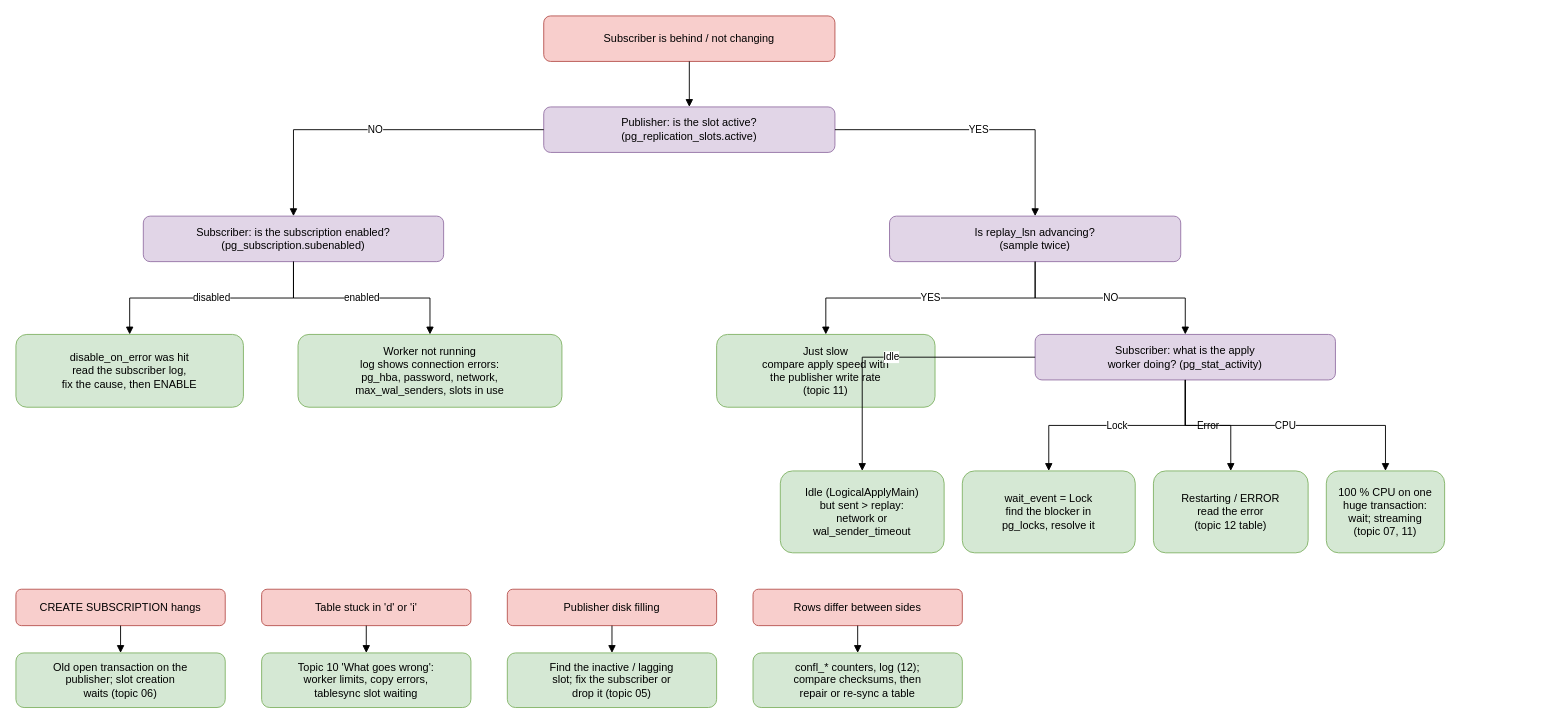
luodonghua/PostgreSQL keeps this draw.io diagram as Replication/LogicalReplication/diagrams/troubleshooting-tree.drawio. Above is the earlier version. Source tidied: cells renumbered, new cells numbered last; positions are measured from the earlier drawing's top-left corner, leaving out a move shared by most shapes. Both pictures are drawn from the tidied source at 91%, with x=0, y=0 at pixel (15, 15).
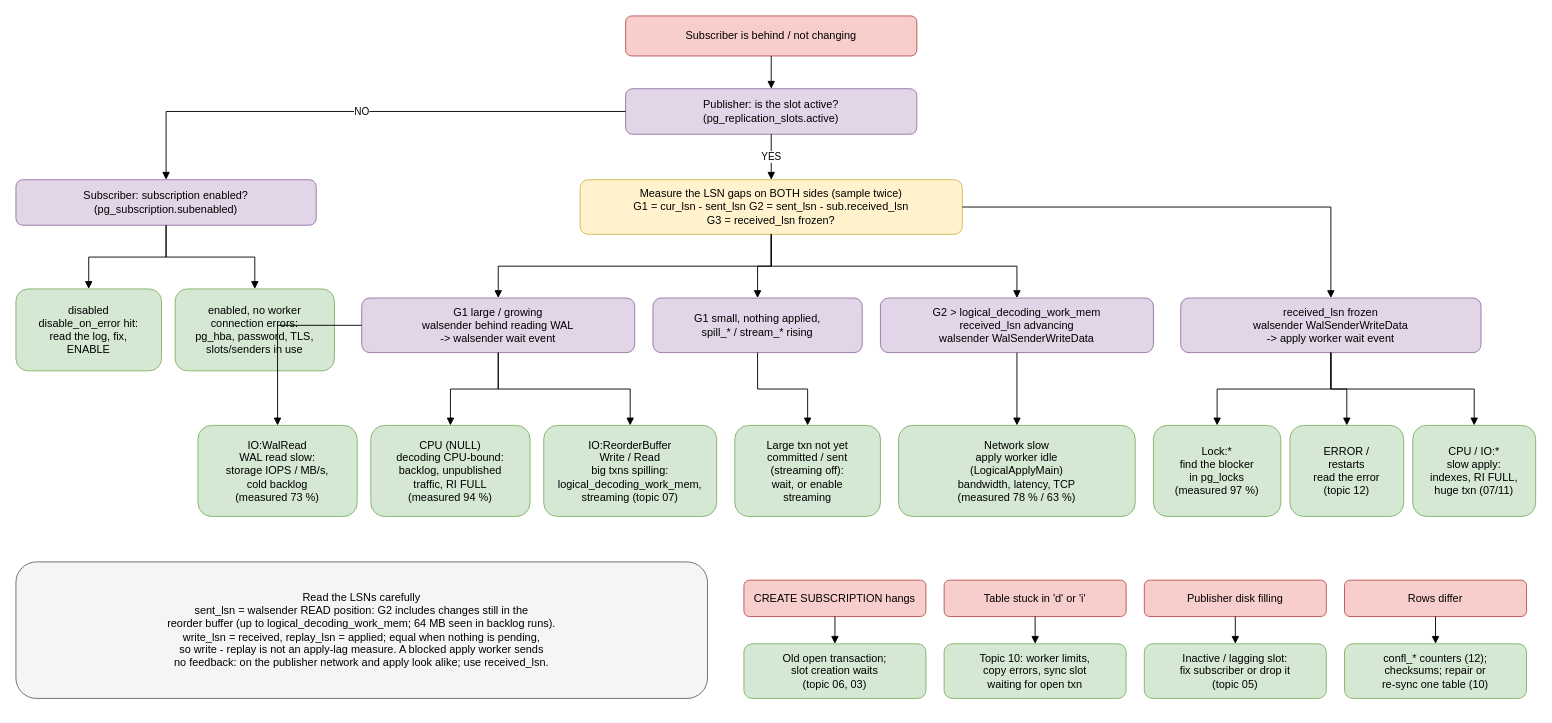
After the change.

Change to the diagram source:
```diff
@@
     <mxCell id="2" value="Subscriber is behind / not changing" style="rounded=1;whiteSpace=wrap;html=1;fillColor=#f8cecc;strokeColor=#b85450;" parent="1" vertex="1">
-      <mxGeometry x="580" width="320" height="50" as="geometry" />
+      <mxGeometry x="670" width="320" height="44" as="geometry" />
     </mxCell>
     <mxCell id="3" value="Publisher: is the slot active?&lt;br&gt;(pg_replication_slots.active)" style="rounded=1;whiteSpace=wrap;html=1;fillColor=#e1d5e7;strokeColor=#9673a6;" parent="1" vertex="1">
-      <mxGeometry x="580" y="100" width="320" height="50" as="geometry" />
+      <mxGeometry x="670" y="80" width="320" height="50" as="geometry" />
     </mxCell>
-    <mxCell id="4" value="Subscriber: is the subscription enabled?&lt;br&gt;(pg_subscription.subenabled)" style="rounded=1;whiteSpace=wrap;html=1;fillColor=#e1d5e7;strokeColor=#9673a6;" parent="1" vertex="1">
-      <mxGeometry x="140" y="220" width="330" height="50" as="geometry" />
+    <mxCell id="4" value="Subscriber: subscription enabled?&lt;br&gt;(pg_subscription.subenabled)" style="rounded=1;whiteSpace=wrap;html=1;fillColor=#e1d5e7;strokeColor=#9673a6;" parent="1" vertex="1">
+      <mxGeometry y="180" width="330" height="50" as="geometry" />
     </mxCell>
-    <mxCell id="5" value="Is replay_lsn advancing?&lt;br&gt;(sample twice)" style="rounded=1;whiteSpace=wrap;html=1;fillColor=#e1d5e7;strokeColor=#9673a6;" parent="1" vertex="1">
-      <mxGeometry x="960" y="220" width="320" height="50" as="geometry" />
-    </mxCell>
-    <mxCell id="6" value="disable_on_error was hit&lt;br&gt;read the subscriber log,&lt;br&gt;fix the cause, then ENABLE" style="rounded=1;whiteSpace=wrap;html=1;fillColor=#d5e8d4;strokeColor=#82b366;" parent="1" vertex="1">
-      <mxGeometry y="350" width="250" height="80" as="geometry" />
+    <mxCell id="6" value="disabled&lt;br&gt;disable_on_error hit:&lt;br&gt;read the log, fix,&lt;br&gt;ENABLE" style="rounded=1;whiteSpace=wrap;html=1;fillColor=#d5e8d4;strokeColor=#82b366;" parent="1" vertex="1">
+      <mxGeometry y="300" width="160" height="90" as="geometry" />
     </mxCell>
-    <mxCell id="7" value="Worker not running&lt;br&gt;log shows connection errors:&lt;br&gt;pg_hba, password, network,&lt;br&gt;max_wal_senders, slots in use" style="rounded=1;whiteSpace=wrap;html=1;fillColor=#d5e8d4;strokeColor=#82b366;" parent="1" vertex="1">
-      <mxGeometry x="310" y="350" width="290" height="80" as="geometry" />
+    <mxCell id="7" value="enabled, no worker&lt;br&gt;connection errors:&lt;br&gt;pg_hba, password, TLS,&lt;br&gt;slots/senders in use" style="rounded=1;whiteSpace=wrap;html=1;fillColor=#d5e8d4;strokeColor=#82b366;" parent="1" vertex="1">
+      <mxGeometry x="175" y="300" width="175" height="90" as="geometry" />
     </mxCell>
-    <mxCell id="8" value="Just slow&lt;br&gt;compare apply speed with&lt;br&gt;the publisher write rate&lt;br&gt;(topic 11)" style="rounded=1;whiteSpace=wrap;html=1;fillColor=#d5e8d4;strokeColor=#82b366;" parent="1" vertex="1">
-      <mxGeometry x="770" y="350" width="240" height="80" as="geometry" />
-    </mxCell>
-    <mxCell id="9" value="Subscriber: what is the apply&lt;br&gt;worker doing? (pg_stat_activity)" style="rounded=1;whiteSpace=wrap;html=1;fillColor=#e1d5e7;strokeColor=#9673a6;" parent="1" vertex="1">
-      <mxGeometry x="1120" y="350" width="330" height="50" as="geometry" />
-    </mxCell>
-    <mxCell id="10" value="Idle (LogicalApplyMain)&lt;br&gt;but sent &gt; replay:&lt;br&gt;network or&lt;br&gt;wal_sender_timeout" style="rounded=1;whiteSpace=wrap;html=1;fillColor=#d5e8d4;strokeColor=#82b366;" parent="1" vertex="1">
-      <mxGeometry x="840" y="500" width="180" height="90" as="geometry" />
-    </mxCell>
+    <mxCell id="37" value="Measure the LSN gaps on BOTH sides (sample twice)&lt;br&gt;G1 = cur_lsn - sent_lsn   G2 = sent_lsn - sub.received_lsn&lt;br&gt;G3 = received_lsn frozen?" style="rounded=1;whiteSpace=wrap;html=1;fillColor=#fff2cc;strokeColor=#d6b656;" parent="1" vertex="1">
+      <mxGeometry x="620" y="180" width="420" height="60" as="geometry" />
+    </mxCell>
+    <mxCell id="38" value="G1 large / growing&lt;br&gt;walsender behind reading WAL&lt;br&gt;-&gt; walsender wait event" style="rounded=1;whiteSpace=wrap;html=1;fillColor=#e1d5e7;strokeColor=#9673a6;" parent="1" vertex="1">
+      <mxGeometry x="380" y="310" width="300" height="60" as="geometry" />
+    </mxCell>
+    <mxCell id="39" value="G1 small, nothing applied,&lt;br&gt;spill_* / stream_* rising" style="rounded=1;whiteSpace=wrap;html=1;fillColor=#e1d5e7;strokeColor=#9673a6;" parent="1" vertex="1">
+      <mxGeometry x="700" y="310" width="230" height="60" as="geometry" />
+    </mxCell>
+    <mxCell id="40" value="G2 &gt; logical_decoding_work_mem&lt;br&gt;received_lsn advancing&lt;br&gt;walsender WalSenderWriteData" style="rounded=1;whiteSpace=wrap;html=1;fillColor=#e1d5e7;strokeColor=#9673a6;" parent="1" vertex="1">
+      <mxGeometry x="950" y="310" width="300" height="60" as="geometry" />
+    </mxCell>
+    <mxCell id="41" value="received_lsn frozen&lt;br&gt;walsender WalSenderWriteData&lt;br&gt;-&gt; apply worker wait event" style="rounded=1;whiteSpace=wrap;html=1;fillColor=#e1d5e7;strokeColor=#9673a6;" parent="1" vertex="1">
+      <mxGeometry x="1280" y="310" width="330" height="60" as="geometry" />
+    </mxCell>
+    <mxCell id="42" value="IO:WalRead&lt;br&gt;WAL read slow:&lt;br&gt;storage IOPS / MB/s,&lt;br&gt;cold backlog&lt;br&gt;(measured 73 %)" style="rounded=1;whiteSpace=wrap;html=1;fillColor=#d5e8d4;strokeColor=#82b366;" parent="1" vertex="1">
+      <mxGeometry x="200" y="450" width="175" height="100" as="geometry" />
+    </mxCell>
+    <mxCell id="43" value="CPU (NULL)&lt;br&gt;decoding CPU-bound:&lt;br&gt;backlog, unpublished&lt;br&gt;traffic, RI FULL&lt;br&gt;(measured 94 %)" style="rounded=1;whiteSpace=wrap;html=1;fillColor=#d5e8d4;strokeColor=#82b366;" parent="1" vertex="1">
+      <mxGeometry x="390" y="450" width="175" height="100" as="geometry" />
+    </mxCell>
+    <mxCell id="44" value="IO:ReorderBuffer&lt;br&gt;Write / Read&lt;br&gt;big txns spilling:&lt;br&gt;logical_decoding_work_mem,&lt;br&gt;streaming (topic 07)" style="rounded=1;whiteSpace=wrap;html=1;fillColor=#d5e8d4;strokeColor=#82b366;" parent="1" vertex="1">
+      <mxGeometry x="580" y="450" width="190" height="100" as="geometry" />
+    </mxCell>
+    <mxCell id="45" value="Large txn not yet&lt;br&gt;committed / sent&lt;br&gt;(streaming off):&lt;br&gt;wait, or enable&lt;br&gt;streaming" style="rounded=1;whiteSpace=wrap;html=1;fillColor=#d5e8d4;strokeColor=#82b366;" parent="1" vertex="1">
+      <mxGeometry x="790" y="450" width="160" height="100" as="geometry" />
+    </mxCell>
+    <mxCell id="46" value="Network slow&lt;br&gt;apply worker idle&lt;br&gt;(LogicalApplyMain)&lt;br&gt;bandwidth, latency, TCP&lt;br&gt;(measured 78 % / 63 %)" style="rounded=1;whiteSpace=wrap;html=1;fillColor=#d5e8d4;strokeColor=#82b366;" parent="1" vertex="1">
+      <mxGeometry x="970" y="450" width="260" height="100" as="geometry" />
+    </mxCell>
-    <mxCell id="11" value="wait_event = Lock&lt;br&gt;find the blocker in&lt;br&gt;pg_locks, resolve it" style="rounded=1;whiteSpace=wrap;html=1;fillColor=#d5e8d4;strokeColor=#82b366;" parent="1" vertex="1">
-      <mxGeometry x="1040" y="500" width="190" height="90" as="geometry" />
+    <mxCell id="11" value="Lock:*&lt;br&gt;find the blocker&lt;br&gt;in pg_locks&lt;br&gt;(measured 97 %)" style="rounded=1;whiteSpace=wrap;html=1;fillColor=#d5e8d4;strokeColor=#82b366;" parent="1" vertex="1">
+      <mxGeometry x="1250" y="450" width="140" height="100" as="geometry" />
     </mxCell>
-    <mxCell id="12" value="Restarting / ERROR&lt;br&gt;read the error&lt;br&gt;(topic 12 table)" style="rounded=1;whiteSpace=wrap;html=1;fillColor=#d5e8d4;strokeColor=#82b366;" parent="1" vertex="1">
-      <mxGeometry x="1250" y="500" width="170" height="90" as="geometry" />
+    <mxCell id="12" value="ERROR /&lt;br&gt;restarts&lt;br&gt;read the error&lt;br&gt;(topic 12)" style="rounded=1;whiteSpace=wrap;html=1;fillColor=#d5e8d4;strokeColor=#82b366;" parent="1" vertex="1">
+      <mxGeometry x="1400" y="450" width="125" height="100" as="geometry" />
     </mxCell>
-    <mxCell id="13" value="100 % CPU on one&lt;br&gt;huge transaction:&lt;br&gt;wait; streaming&lt;br&gt;(topic 07, 11)" style="rounded=1;whiteSpace=wrap;html=1;fillColor=#d5e8d4;strokeColor=#82b366;" parent="1" vertex="1">
-      <mxGeometry x="1440" y="500" width="130" height="90" as="geometry" />
+    <mxCell id="13" value="CPU / IO:*&lt;br&gt;slow apply:&lt;br&gt;indexes, RI FULL,&lt;br&gt;huge txn (07/11)" style="rounded=1;whiteSpace=wrap;html=1;fillColor=#d5e8d4;strokeColor=#82b366;" parent="1" vertex="1">
+      <mxGeometry x="1535" y="450" width="135" height="100" as="geometry" />
     </mxCell>
+    <mxCell id="47" value="Read the LSNs carefully&lt;br&gt;sent_lsn = walsender READ position: G2 includes changes still in the&lt;br&gt;reorder buffer (up to logical_decoding_work_mem; 64 MB seen in backlog runs).&lt;br&gt;write_lsn = received, replay_lsn = applied; equal when nothing is pending,&lt;br&gt;so write - replay is not an apply-lag measure. A blocked apply worker sends&lt;br&gt;no feedback: on the publisher network and apply look alike; use received_lsn." style="rounded=1;whiteSpace=wrap;html=1;fillColor=#f5f5f5;strokeColor=#666666;" parent="1" vertex="1">
+      <mxGeometry y="600" width="760" height="150" as="geometry" />
+    </mxCell>
     <mxCell id="14" value="CREATE SUBSCRIPTION hangs" style="rounded=1;whiteSpace=wrap;html=1;fillColor=#f8cecc;strokeColor=#b85450;" parent="1" vertex="1">
-      <mxGeometry y="630" width="230" height="40" as="geometry" />
+      <mxGeometry x="800" y="620" width="200" height="40" as="geometry" />
     </mxCell>
-    <mxCell id="15" value="Old open transaction on the&lt;br&gt;publisher; slot creation&lt;br&gt;waits (topic 06)" style="rounded=1;whiteSpace=wrap;html=1;fillColor=#d5e8d4;strokeColor=#82b366;" parent="1" vertex="1">
-      <mxGeometry y="700" width="230" height="60" as="geometry" />
+    <mxCell id="15" value="Old open transaction;&lt;br&gt;slot creation waits&lt;br&gt;(topic 06, 03)" style="rounded=1;whiteSpace=wrap;html=1;fillColor=#d5e8d4;strokeColor=#82b366;" parent="1" vertex="1">
+      <mxGeometry x="800" y="690" width="200" height="60" as="geometry" />
     </mxCell>
     <mxCell id="16" value="Table stuck in 'd' or 'i'" style="rounded=1;whiteSpace=wrap;html=1;fillColor=#f8cecc;strokeColor=#b85450;" parent="1" vertex="1">
-      <mxGeometry x="270" y="630" width="230" height="40" as="geometry" />
+      <mxGeometry x="1020" y="620" width="200" height="40" as="geometry" />
     </mxCell>
-    <mxCell id="17" value="Topic 10 'What goes wrong':&lt;br&gt;worker limits, copy errors,&lt;br&gt;tablesync slot waiting" style="rounded=1;whiteSpace=wrap;html=1;fillColor=#d5e8d4;strokeColor=#82b366;" parent="1" vertex="1">
-      <mxGeometry x="270" y="700" width="230" height="60" as="geometry" />
+    <mxCell id="17" value="Topic 10: worker limits,&lt;br&gt;copy errors, sync slot&lt;br&gt;waiting for open txn" style="rounded=1;whiteSpace=wrap;html=1;fillColor=#d5e8d4;strokeColor=#82b366;" parent="1" vertex="1">
+      <mxGeometry x="1020" y="690" width="200" height="60" as="geometry" />
     </mxCell>
     <mxCell id="18" value="Publisher disk filling" style="rounded=1;whiteSpace=wrap;html=1;fillColor=#f8cecc;strokeColor=#b85450;" parent="1" vertex="1">
-      <mxGeometry x="540" y="630" width="230" height="40" as="geometry" />
+      <mxGeometry x="1240" y="620" width="200" height="40" as="geometry" />
     </mxCell>
-    <mxCell id="19" value="Find the inactive / lagging&lt;br&gt;slot; fix the subscriber or&lt;br&gt;drop it (topic 05)" style="rounded=1;whiteSpace=wrap;html=1;fillColor=#d5e8d4;strokeColor=#82b366;" parent="1" vertex="1">
-      <mxGeometry x="540" y="700" width="230" height="60" as="geometry" />
+    <mxCell id="19" value="Inactive / lagging slot:&lt;br&gt;fix subscriber or drop it&lt;br&gt;(topic 05)" style="rounded=1;whiteSpace=wrap;html=1;fillColor=#d5e8d4;strokeColor=#82b366;" parent="1" vertex="1">
+      <mxGeometry x="1240" y="690" width="200" height="60" as="geometry" />
     </mxCell>
-    <mxCell id="20" value="Rows differ between sides" style="rounded=1;whiteSpace=wrap;html=1;fillColor=#f8cecc;strokeColor=#b85450;" parent="1" vertex="1">
-      <mxGeometry x="810" y="630" width="230" height="40" as="geometry" />
+    <mxCell id="20" value="Rows differ" style="rounded=1;whiteSpace=wrap;html=1;fillColor=#f8cecc;strokeColor=#b85450;" parent="1" vertex="1">
+      <mxGeometry x="1460" y="620" width="200" height="40" as="geometry" />
     </mxCell>
-    <mxCell id="21" value="confl_* counters, log (12);&lt;br&gt;compare checksums, then&lt;br&gt;repair or re-sync a table" style="rounded=1;whiteSpace=wrap;html=1;fillColor=#d5e8d4;strokeColor=#82b366;" parent="1" vertex="1">
-      <mxGeometry x="810" y="700" width="230" height="60" as="geometry" />
+    <mxCell id="21" value="confl_* counters (12);&lt;br&gt;checksums; repair or&lt;br&gt;re-sync one table (10)" style="rounded=1;whiteSpace=wrap;html=1;fillColor=#d5e8d4;strokeColor=#82b366;" parent="1" vertex="1">
+      <mxGeometry x="1460" y="690" width="200" height="60" as="geometry" />
     </mxCell>
@@
-    <mxCell id="24" value="YES" style="endArrow=block;html=1;rounded=0;edgeStyle=orthogonalEdgeStyle;" parent="1" edge="1" source="3" target="5">
+    <mxCell id="24" value="YES" style="endArrow=block;html=1;rounded=0;edgeStyle=orthogonalEdgeStyle;" parent="1" edge="1" source="3" target="37">
       <mxGeometry relative="1" as="geometry" />
     </mxCell>
-    <mxCell id="25" value="disabled" style="endArrow=block;html=1;rounded=0;edgeStyle=orthogonalEdgeStyle;" parent="1" edge="1" source="4" target="6">
+    <mxCell id="25" style="endArrow=block;html=1;rounded=0;edgeStyle=orthogonalEdgeStyle;" parent="1" edge="1" source="4" target="6">
       <mxGeometry relative="1" as="geometry" />
     </mxCell>
-    <mxCell id="26" value="enabled" style="endArrow=block;html=1;rounded=0;edgeStyle=orthogonalEdgeStyle;" parent="1" edge="1" source="4" target="7">
+    <mxCell id="26" style="endArrow=block;html=1;rounded=0;edgeStyle=orthogonalEdgeStyle;" parent="1" edge="1" source="4" target="7">
       <mxGeometry relative="1" as="geometry" />
     </mxCell>
-    <mxCell id="27" value="YES" style="endArrow=block;html=1;rounded=0;edgeStyle=orthogonalEdgeStyle;" parent="1" edge="1" source="5" target="8">
+    <mxCell id="27" style="endArrow=block;html=1;rounded=0;edgeStyle=orthogonalEdgeStyle;" parent="1" edge="1" source="37" target="38">
       <mxGeometry relative="1" as="geometry" />
     </mxCell>
-    <mxCell id="28" value="NO" style="endArrow=block;html=1;rounded=0;edgeStyle=orthogonalEdgeStyle;" parent="1" edge="1" source="5" target="9">
+    <mxCell id="28" style="endArrow=block;html=1;rounded=0;edgeStyle=orthogonalEdgeStyle;" parent="1" edge="1" source="37" target="39">
       <mxGeometry relative="1" as="geometry" />
     </mxCell>
-    <mxCell id="29" value="Idle" style="endArrow=block;html=1;rounded=0;edgeStyle=orthogonalEdgeStyle;" parent="1" edge="1" source="9" target="10">
+    <mxCell id="29" style="endArrow=block;html=1;rounded=0;edgeStyle=orthogonalEdgeStyle;" parent="1" edge="1" source="37" target="40">
       <mxGeometry relative="1" as="geometry" />
     </mxCell>
-    <mxCell id="30" value="Lock" style="endArrow=block;html=1;rounded=0;edgeStyle=orthogonalEdgeStyle;" parent="1" edge="1" source="9" target="11">
+    <mxCell id="30" style="endArrow=block;html=1;rounded=0;edgeStyle=orthogonalEdgeStyle;" parent="1" edge="1" source="37" target="41">
       <mxGeometry relative="1" as="geometry" />
     </mxCell>
-    <mxCell id="31" value="Error" style="endArrow=block;html=1;rounded=0;edgeStyle=orthogonalEdgeStyle;" parent="1" edge="1" source="9" target="12">
+    <mxCell id="31" style="endArrow=block;html=1;rounded=0;edgeStyle=orthogonalEdgeStyle;" parent="1" edge="1" source="38" target="42">
       <mxGeometry relative="1" as="geometry" />
     </mxCell>
-    <mxCell id="32" value="CPU" style="endArrow=block;html=1;rounded=0;edgeStyle=orthogonalEdgeStyle;" parent="1" edge="1" source="9" target="13">
+    <mxCell id="32" style="endArrow=block;html=1;rounded=0;edgeStyle=orthogonalEdgeStyle;" parent="1" edge="1" source="38" target="43">
       <mxGeometry relative="1" as="geometry" />
     </mxCell>
-    <mxCell id="33" style="endArrow=block;html=1;rounded=0;edgeStyle=orthogonalEdgeStyle;" parent="1" edge="1" source="14" target="15">
+    <mxCell id="33" style="endArrow=block;html=1;rounded=0;edgeStyle=orthogonalEdgeStyle;" parent="1" edge="1" source="38" target="44">
       <mxGeometry relative="1" as="geometry" />
     </mxCell>
-    <mxCell id="34" style="endArrow=block;html=1;rounded=0;edgeStyle=orthogonalEdgeStyle;" parent="1" edge="1" source="16" target="17">
+    <mxCell id="34" style="endArrow=block;html=1;rounded=0;edgeStyle=orthogonalEdgeStyle;" parent="1" edge="1" source="39" target="45">
       <mxGeometry relative="1" as="geometry" />
     </mxCell>
-    <mxCell id="35" style="endArrow=block;html=1;rounded=0;edgeStyle=orthogonalEdgeStyle;" parent="1" edge="1" source="18" target="19">
+    <mxCell id="35" style="endArrow=block;html=1;rounded=0;edgeStyle=orthogonalEdgeStyle;" parent="1" edge="1" source="40" target="46">
       <mxGeometry relative="1" as="geometry" />
     </mxCell>
-    <mxCell id="36" style="endArrow=block;html=1;rounded=0;edgeStyle=orthogonalEdgeStyle;" parent="1" edge="1" source="20" target="21">
+    <mxCell id="36" style="endArrow=block;html=1;rounded=0;edgeStyle=orthogonalEdgeStyle;" parent="1" edge="1" source="41" target="11">
       <mxGeometry relative="1" as="geometry" />
     </mxCell>
+    <mxCell id="48" style="endArrow=block;html=1;rounded=0;edgeStyle=orthogonalEdgeStyle;" parent="1" edge="1" source="41" target="12">
+      <mxGeometry relative="1" as="geometry" />
+    </mxCell>
+    <mxCell id="49" style="endArrow=block;html=1;rounded=0;edgeStyle=orthogonalEdgeStyle;" parent="1" edge="1" source="41" target="13">
+      <mxGeometry relative="1" as="geometry" />
+    </mxCell>
+    <mxCell id="50" style="endArrow=block;html=1;rounded=0;edgeStyle=orthogonalEdgeStyle;" parent="1" edge="1" source="14" target="15">
+      <mxGeometry relative="1" as="geometry" />
+    </mxCell>
+    <mxCell id="51" style="endArrow=block;html=1;rounded=0;edgeStyle=orthogonalEdgeStyle;" parent="1" edge="1" source="16" target="17">
+      <mxGeometry relative="1" as="geometry" />
+    </mxCell>
+    <mxCell id="52" style="endArrow=block;html=1;rounded=0;edgeStyle=orthogonalEdgeStyle;" parent="1" edge="1" source="18" target="19">
+      <mxGeometry relative="1" as="geometry" />
+    </mxCell>
+    <mxCell id="53" style="endArrow=block;html=1;rounded=0;edgeStyle=orthogonalEdgeStyle;" parent="1" edge="1" source="20" target="21">
+      <mxGeometry relative="1" as="geometry" />
+    </mxCell>
```
